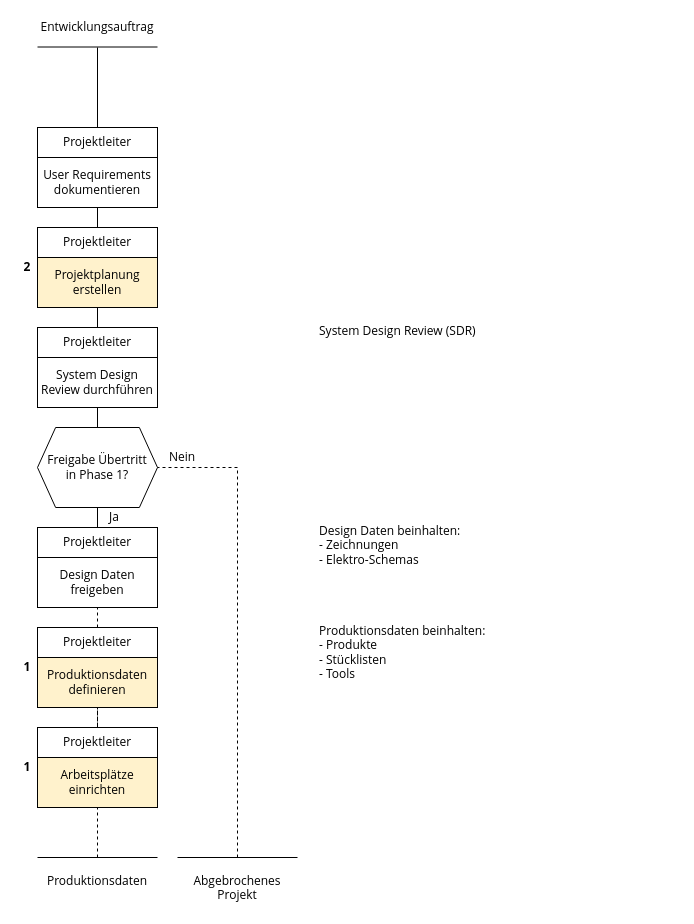
This is Prozess Entwicklung.drawio from Mint-System/Odoo-Wiki, a draw.io file, before an edit. Source tidied: cells renumbered, new cells numbered last; positions are measured from the earlier drawing's top-left corner, leaving out a move shared by most shapes. Both pictures are drawn from the tidied source at 100%, with x=0, y=0 at pixel (17, 17).
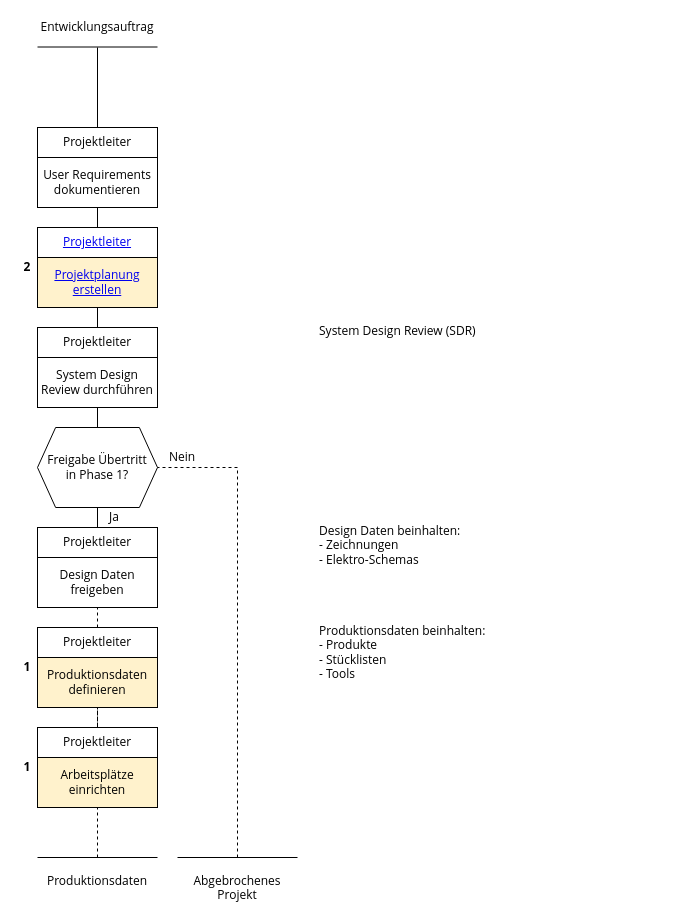
The same diagram, later.

Change to the diagram source:
```diff
@@
-    <mxCell id="16" value="Projektplanung erstellen" style="rounded=0;whiteSpace=wrap;html=1;fillColor=#fff2cc;strokeColor=#000000;fontFamily=Open Sans;" parent="1" vertex="1">
+    <mxCell id="16" value="&lt;a href=&quot;https://knowledge.mint-system.ch/#/Odoo%20Handbuch#projektplanung-erstellen&quot;&gt;Projektplanung erstellen&lt;/a&gt;" style="rounded=0;whiteSpace=wrap;html=1;fillColor=#fff2cc;strokeColor=#000000;fontFamily=Open Sans;" parent="1" vertex="1">
       <mxGeometry x="20" y="240" width="120" height="50" as="geometry" />
     </mxCell>
-    <mxCell id="17" value="Projektleiter" style="rounded=0;whiteSpace=wrap;html=1;fontFamily=Open Sans;" parent="1" vertex="1">
+    <mxCell id="17" value="&lt;a href=&quot;https://knowledge.mint-system.ch/#/Odoo%20Handbuch#projektplanung-erstellen&quot;&gt;Projektleiter&lt;/a&gt;" style="rounded=0;whiteSpace=wrap;html=1;fontFamily=Open Sans;" parent="1" vertex="1">
       <mxGeometry x="20" y="210" width="120" height="30" as="geometry" />
     </mxCell>
```
